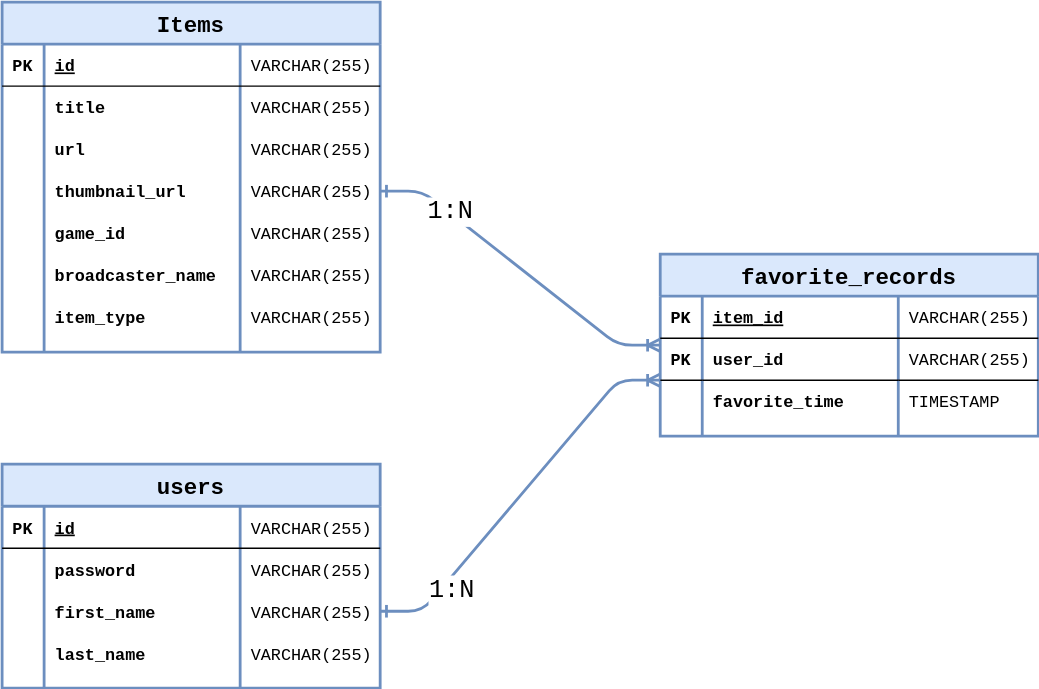
The draw.io diagram resources/MySQL.svg in oscargong/jupiter, before a commit. Source tidied: cells renumbered, new cells last; positions are measured from the earlier drawing's top-left corner, leaving out a move shared by most shapes.
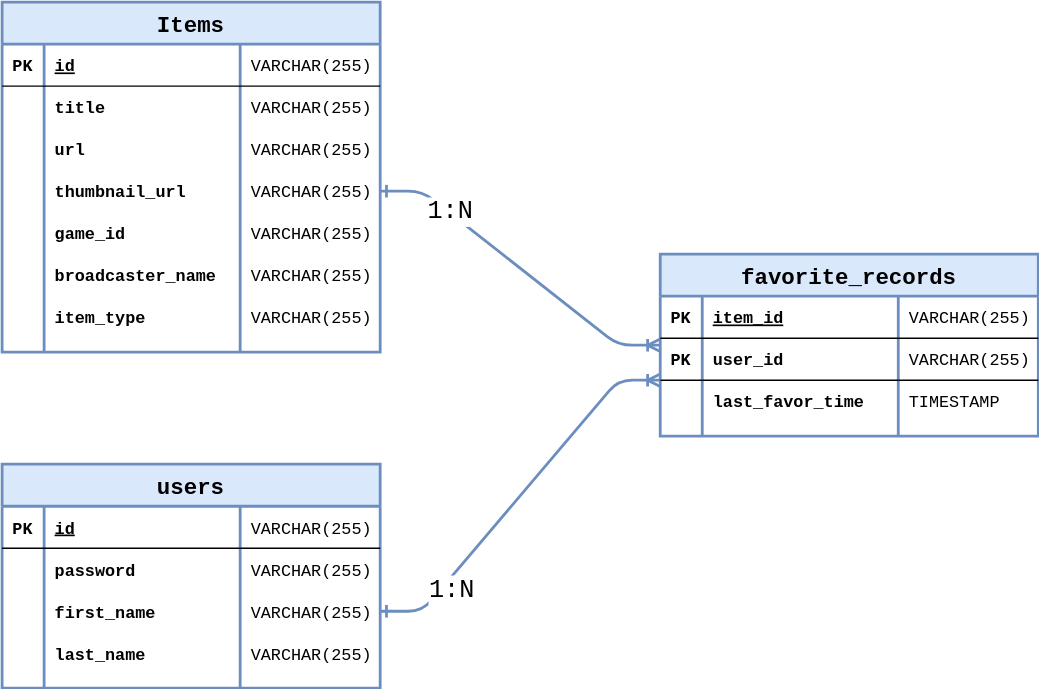
Later version of the same file.

The edit, as a diff of the source:
```diff
@@ -173,7 +173,7 @@
     <mxCell id="58" style="shape=partialRectangle;fillColor=none;top=0;left=0;bottom=0;right=0;overflow=hidden;fontFamily=Courier New;fontStyle=1;" parent="57" vertex="1">
       <mxGeometry width="30" height="30" as="geometry" />
     </mxCell>
-    <mxCell id="59" value="favorite_time" style="shape=partialRectangle;fillColor=none;top=0;left=0;bottom=0;right=0;align=left;spacingLeft=6;overflow=hidden;fontFamily=Courier New;fontStyle=1;" parent="57" vertex="1">
+    <mxCell id="59" value="last_favor_time" style="shape=partialRectangle;fillColor=none;top=0;left=0;bottom=0;right=0;align=left;spacingLeft=6;overflow=hidden;fontFamily=Courier New;fontStyle=1;" parent="57" vertex="1">
       <mxGeometry x="30" width="140" height="30" as="geometry" />
     </mxCell>
     <mxCell id="60" value="TIMESTAMP" style="shape=partialRectangle;fillColor=none;top=0;left=0;bottom=0;right=0;align=left;spacingLeft=6;overflow=hidden;fontFamily=Courier New;fontStyle=0;" parent="57" vertex="1">
```
